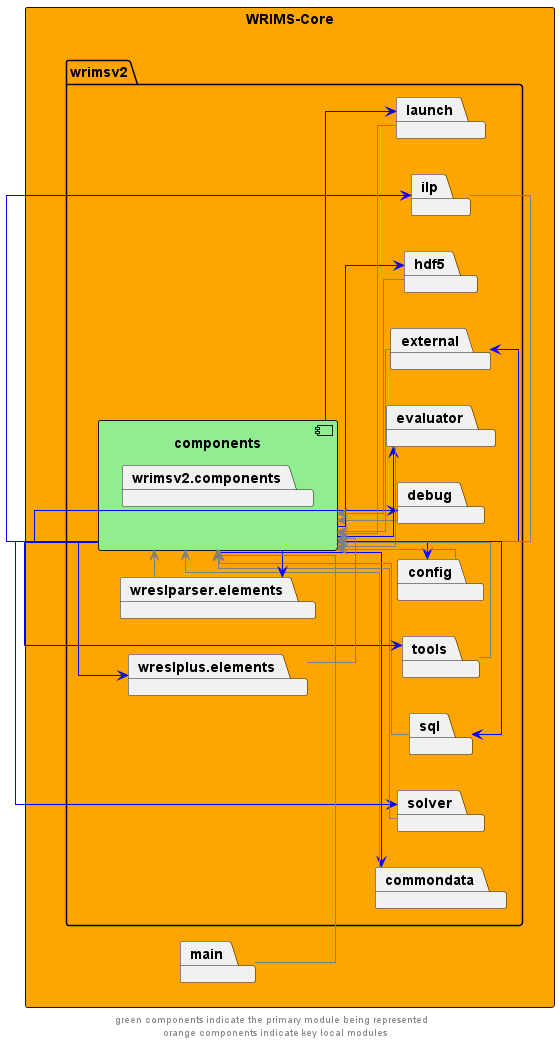
This is docs/diagrams/wrims-core/wrims-core_components.png from CentralValleyModeling/wrims, a PlantUML export, as it was before one commit.
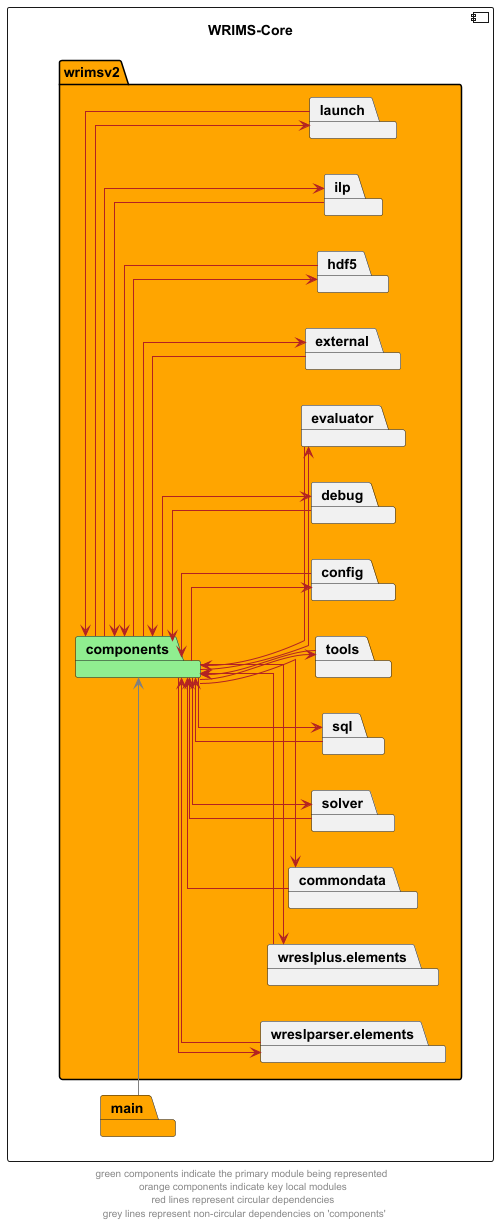
The same diagram one commit later.

Diff of the diagram source:
```diff
@@ -1,11 +1,9 @@
 @startuml
 left to right direction
 skinparam linetype ortho
-rectangle wrims_core as "WRIMS-Core" #orange {
-    package wrimsv2 {
-        component components #lightgreen {
-            package wrimsv2.components
-        }
+component wrims_core as "WRIMS-Core" {
+    package wrimsv2  #orange{
+        package components #lightgreen
         package commondata
         package wreslparser.elements
         package wreslplus.elements
@@ -20,47 +18,47 @@
         package ilp
         package launch
     }
-package main
+package main #orange
 }
 
-components --> commondata #blue
-commondata --> components #grey
+components --> commondata #firebrick
+commondata --> components #firebrick
 
-components --> config #blue
-config --> components #grey
+components --> config #firebrick
+config --> components #firebrick
 
-components --> debug #blue
-debug --> components #grey
+components --> debug #firebrick
+debug --> components #firebrick
 
-components --> evaluator #blue
-evaluator --> components #grey
+components --> evaluator #firebrick
+evaluator --> components #firebrick
 
-components --> external #blue
-external --> components #grey
+components --> external #firebrick
+external --> components #firebrick
 
-components --> hdf5 #blue
-hdf5 --> components #grey
+components --> hdf5 #firebrick
+hdf5 --> components #firebrick
 
-components --> ilp #blue
-ilp --> components #grey
+components --> ilp #firebrick
+ilp --> components #firebrick
 
-components --> launch #blue
-launch --> components #grey
+components --> launch #firebrick
+launch --> components #firebrick
 
-components --> solver #blue
-solver --> components #grey
+components --> solver #firebrick
+solver --> components #firebrick
 
-components --> sql #blue
-sql --> components #grey
+components --> sql #firebrick
+sql --> components #firebrick
 
-components --> tools #blue
-tools --> components #grey
+components --> tools #firebrick
+tools --> components #firebrick
 
-components --> wreslparser.elements #blue
-wreslparser.elements --> components #grey
+components --> wreslparser.elements #firebrick
+wreslparser.elements --> components #firebrick
 
-components --> wreslplus.elements #blue
-wreslplus.elements --> components #grey
+components --> wreslplus.elements #firebrick
+wreslplus.elements --> components #firebrick
 
 
 main -right-> components #grey
@@ -69,5 +67,5 @@
 main -up[hidden]-> wrims_core
 wreslparser.elements -left[hidden]-> components
 wreslplus.elements -left[hidden]-> components
-footer "green components indicate the primary module being represented \n orange components indicate key local modules"
+footer "green components indicate the primary module being represented \n orange components indicate key local modules \n red lines represent circular dependencies \n grey lines represent non-circular dependencies on 'components'"
 @enduml
```
